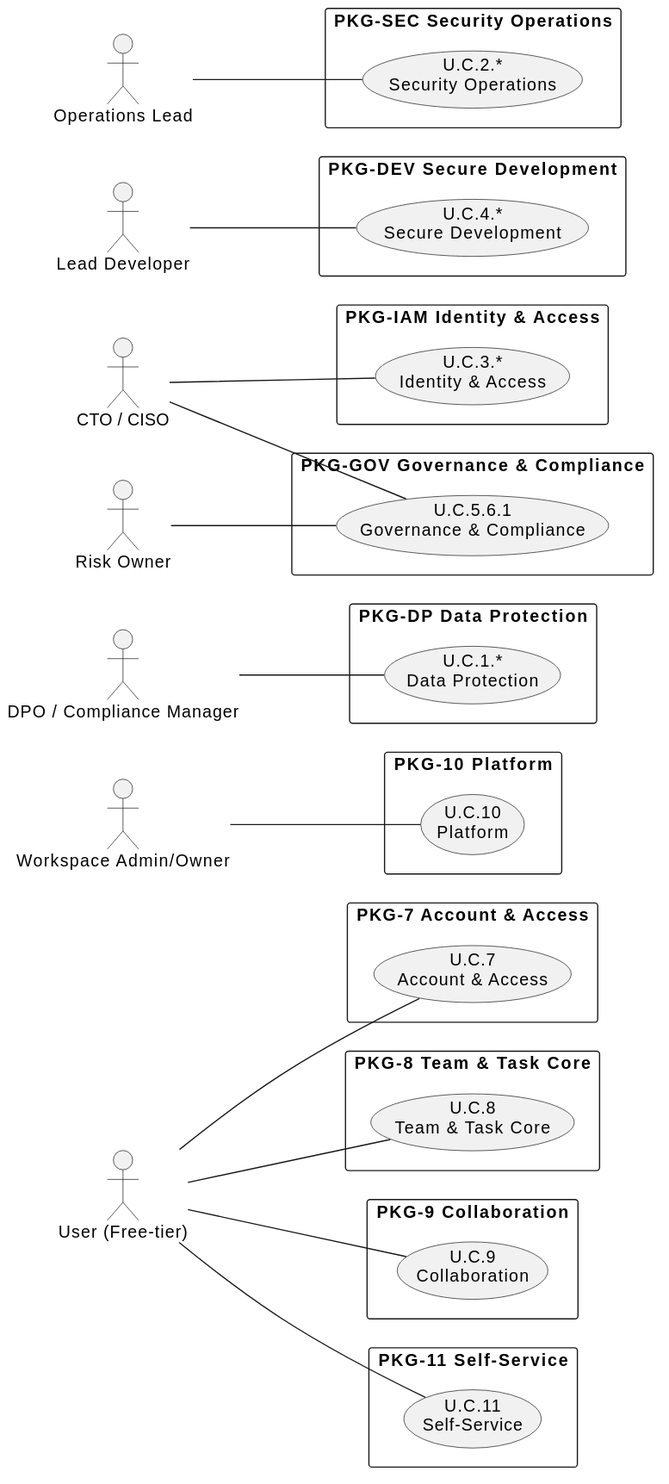
This is 02_CASES/Case_01_TinyTask_SaaS/03_PHASE3_DECOMPOSITION_RICH/annexes/svg/A_s1_system_wide.svg from pauloribeiro16/Methodology_compact, a PlantUML export, as it was before one commit.
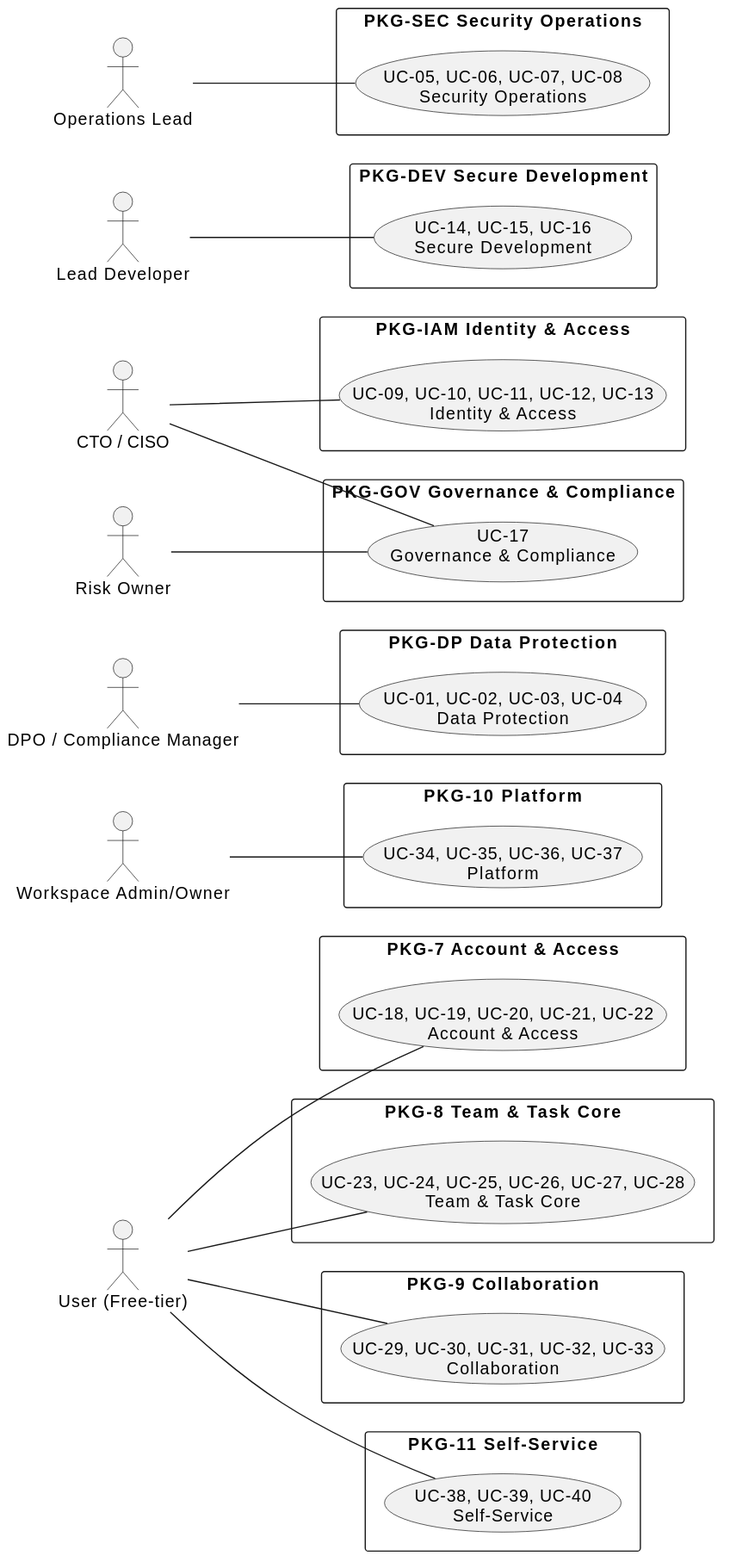
The same diagram one commit later.

What changed in the source:
```diff
@@ -8,34 +8,34 @@
 actor "Operations Lead" as OPS
 actor "Risk Owner" as RO
 rectangle "PKG-7 Account & Access" {
-usecase "U.C.7\nAccount & Access" as P7
+usecase "UC-18, UC-19, UC-20, UC-21, UC-22\nAccount & Access" as P7
 }
 rectangle "PKG-8 Team & Task Core" {
-usecase "U.C.8\nTeam & Task Core" as P8
+usecase "UC-23, UC-24, UC-25, UC-26, UC-27, UC-28\nTeam & Task Core" as P8
 }
 rectangle "PKG-9 Collaboration" {
-usecase "U.C.9\nCollaboration" as P9
+usecase "UC-29, UC-30, UC-31, UC-32, UC-33\nCollaboration" as P9
 }
 rectangle "PKG-10 Platform" {
-usecase "U.C.10\nPlatform" as P10
+usecase "UC-34, UC-35, UC-36, UC-37\nPlatform" as P10
 }
 rectangle "PKG-11 Self-Service" {
-usecase "U.C.11\nSelf-Service" as P11
+usecase "UC-38, UC-39, UC-40\nSelf-Service" as P11
 }
 rectangle "PKG-DP Data Protection" {
-usecase "U.C.1.*\nData Protection" as PDP
+usecase "UC-01, UC-02, UC-03, UC-04\nData Protection" as PDP
 }
 rectangle "PKG-SEC Security Operations" {
-usecase "U.C.2.*\nSecurity Operations" as PSEC
+usecase "UC-05, UC-06, UC-07, UC-08\nSecurity Operations" as PSEC
 }
 rectangle "PKG-IAM Identity & Access" {
-usecase "U.C.3.*\nIdentity & Access" as PIAM
+usecase "UC-09, UC-10, UC-11, UC-12, UC-13\nIdentity & Access" as PIAM
 }
 rectangle "PKG-DEV Secure Development" {
-usecase "U.C.4.*\nSecure Development" as PDEV
+usecase "UC-14, UC-15, UC-16\nSecure Development" as PDEV
 }
 rectangle "PKG-GOV Governance & Compliance" {
-usecase "U.C.5.6.1\nGovernance & Compliance" as PGOV
+usecase "UC-17\nGovernance & Compliance" as PGOV
 }
 USER -- P7
 USER -- P8
```
